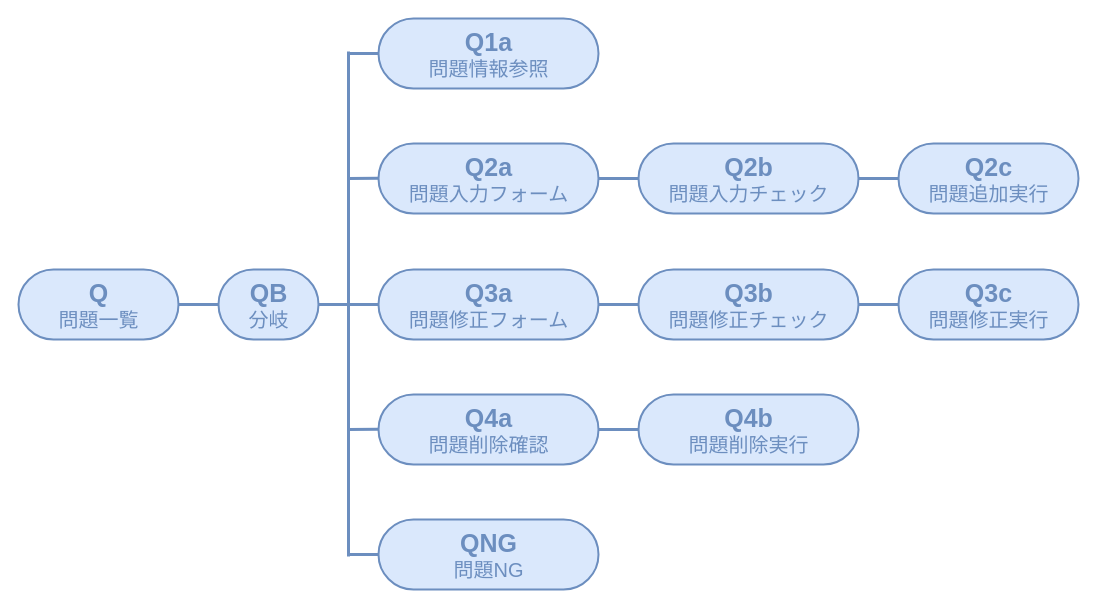
The draw.io diagram page "問題一覧画面遷移" (17 of 18) of 画面設計_苦手問題克服.drawio in mitsuewatanabe/practice, before the edit. Source tidied: cells renumbered, new cells numbered last; positions are measured from the earlier drawing's top-left corner, leaving out a move shared by most shapes. Both pictures are drawn from the tidied source at 100%, with x=0, y=0 at pixel (18, 18).
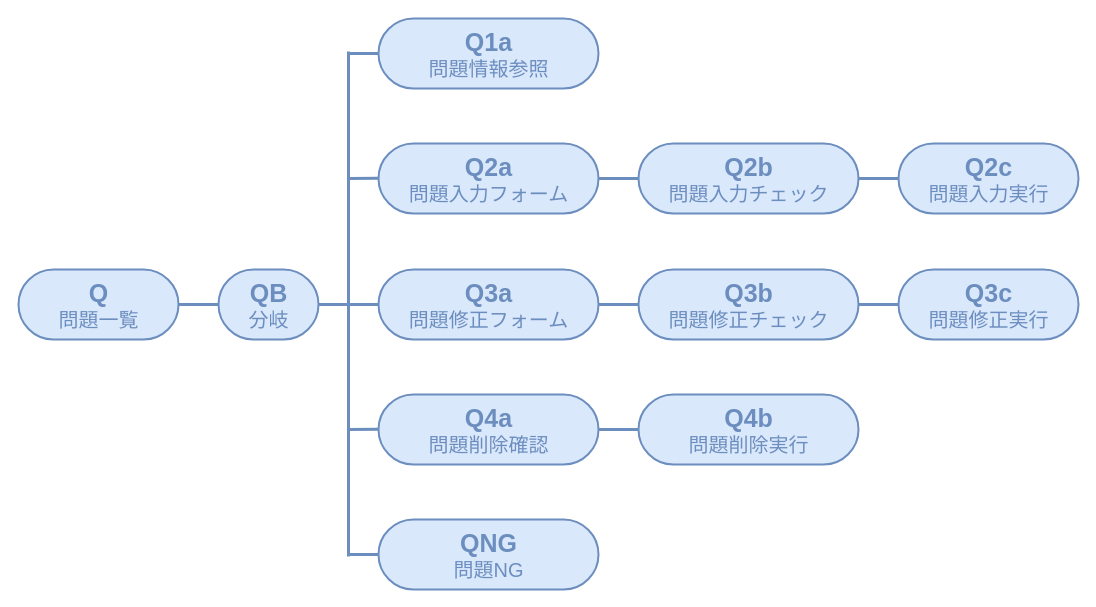
The same page after the edit.

Diff of the diagram source:
```diff
@@
-    <mxCell id="18" value="&lt;font color=&quot;#6c8ebf&quot;&gt;&lt;b&gt;&lt;font style=&quot;font-size: 25px&quot;&gt;Q2c&lt;/font&gt;&lt;br&gt;&lt;/b&gt;問題追加実行&lt;br&gt;&lt;/font&gt;" style="html=1;dashed=0;whitespace=wrap;shape=mxgraph.dfd.start;rounded=1;fontSize=20;align=center;fillColor=#dae8fc;strokeColor=#6c8ebf;flipV=0;strokeWidth=2;" parent="1" vertex="1">
+    <mxCell id="18" value="&lt;font color=&quot;#6c8ebf&quot;&gt;&lt;b&gt;&lt;font style=&quot;font-size: 25px&quot;&gt;Q2c&lt;/font&gt;&lt;br&gt;&lt;/b&gt;問題入力実行&lt;br&gt;&lt;/font&gt;" style="html=1;dashed=0;whitespace=wrap;shape=mxgraph.dfd.start;rounded=1;fontSize=20;align=center;fillColor=#dae8fc;strokeColor=#6c8ebf;flipV=0;strokeWidth=2;" parent="1" vertex="1">
       <mxGeometry x="880" y="125" width="180" height="70" as="geometry" />
     </mxCell>
```
